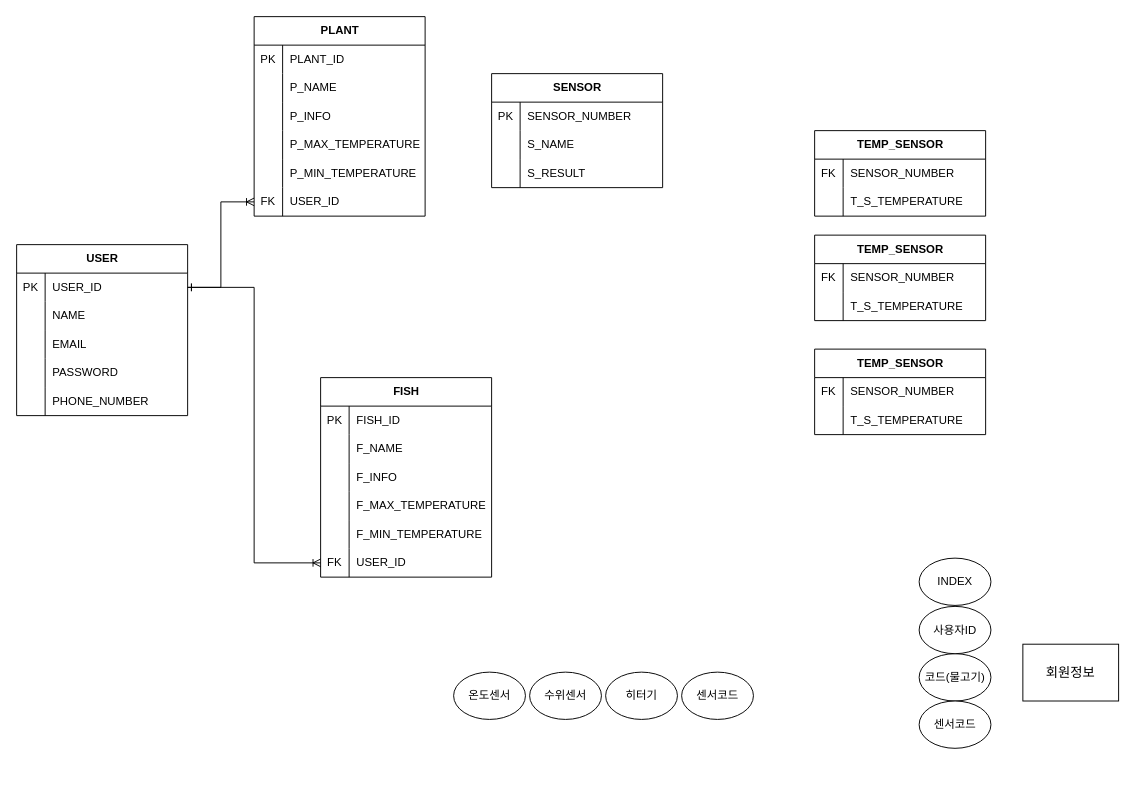
Above: 제목 없는 다이어그램.drawio in hayarobyjy/JY_Code (draw.io), before the change. Source tidied: cells renumbered, new cells numbered last; positions are measured from the earlier drawing's top-left corner, leaving out a move shared by most shapes. Both pictures are drawn from the tidied source at 95%, with x=0, y=0 at pixel (16, 16).
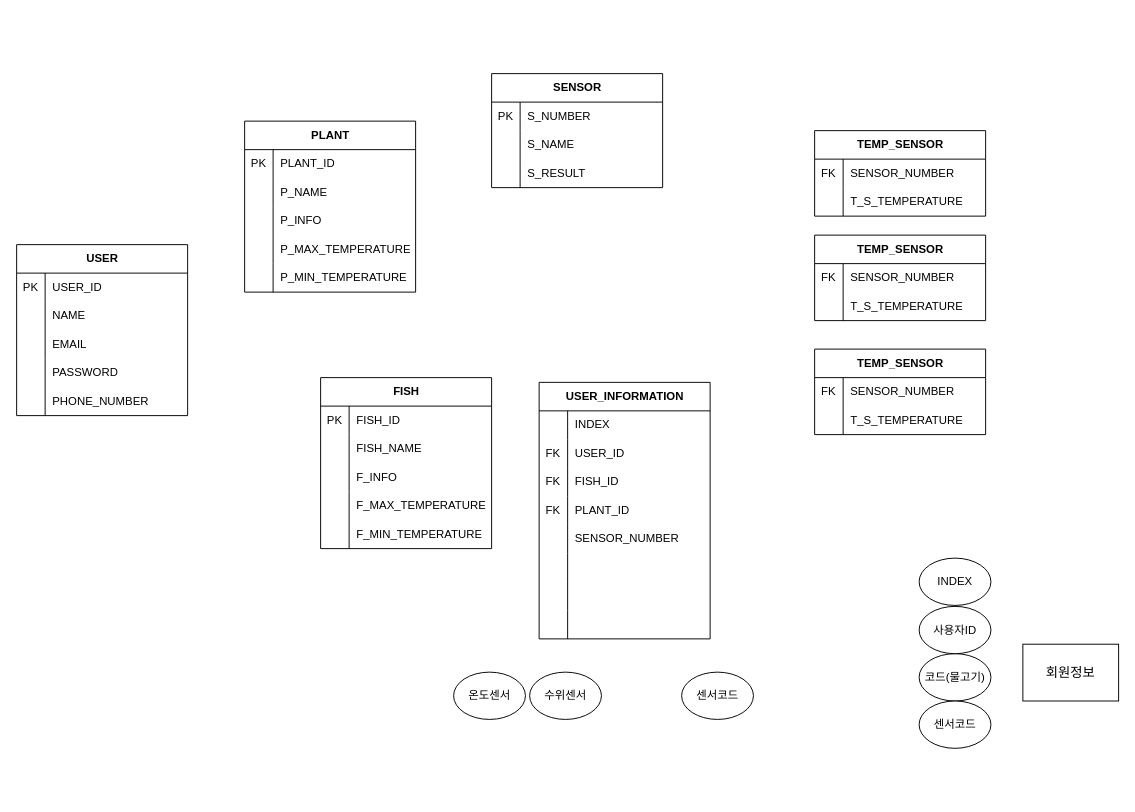
The same diagram, later.

Commit message (it also covers changes not shown here):
제목 없는 다이어그램.drawio 업데이트

The change refers to these unchanged cells:
```xml
<mxCell id="9" style="shape=tableRow;horizontal=0;startSize=0;swimlaneHead=0;swimlaneBody=0;fillColor=none;points=[[0,0.5],[1,0.5]];portConstraint=eastwest;top=0;left=0;right=0;bottom=0;" parent="8" vertex="1">
  <mxGeometry y="30" width="180" height="30" as="geometry" />
</mxCell>
<mxCell id="47" style="shape=tableRow;horizontal=0;startSize=0;swimlaneHead=0;swimlaneBody=0;fillColor=none;top=0;left=0;right=0;bottom=0;strokeColor=default;" parent="43" vertex="1">
  <mxGeometry y="60" width="180" height="30" as="geometry" />
</mxCell>
<mxCell id="63" style="shape=tableRow;horizontal=0;startSize=0;swimlaneHead=0;swimlaneBody=0;fillColor=none;top=0;left=0;right=0;bottom=0;strokeColor=default;" parent="62" vertex="1">
  <mxGeometry y="30" width="180" height="30" as="geometry" />
</mxCell>
```

Change to the diagram source:
```diff
@@
     <mxCell id="24" value="PLANT" style="shape=table;startSize=30;childLayout=tableLayout;rowLines=0;fontStyle=1;align=center;html=1;strokeColor=default;verticalAlign=middle;strokeWidth=1;swimlaneLine=1;rounded=0;" parent="1" vertex="1">
-      <mxGeometry x="250" width="180" height="210" as="geometry" />
+      <mxGeometry x="240" y="110" width="180" height="180" as="geometry" />
     </mxCell>
@@
-    <mxCell id="40" style="shape=tableRow;horizontal=0;startSize=0;swimlaneHead=0;swimlaneBody=0;fillColor=none;points=[[0,0.5],[1,0.5]];portConstraint=eastwest;top=0;left=0;right=0;bottom=0;" parent="24" vertex="1">
-      <mxGeometry y="180" width="180" height="30" as="geometry" />
-    </mxCell>
-    <mxCell id="41" value="FK" style="shape=partialRectangle;fillColor=none;top=0;left=0;bottom=0;right=0;overflow=hidden;whiteSpace=wrap;html=1;" parent="40" vertex="1">
-      <mxGeometry width="30" height="30" as="geometry" />
-    </mxCell>
-    <mxCell id="42" value="USER_ID" style="shape=partialRectangle;fillColor=none;top=0;left=0;bottom=0;right=0;align=left;spacingLeft=6;overflow=hidden;whiteSpace=wrap;html=1;" parent="40" vertex="1">
-      <mxGeometry x="30" width="150" height="30" as="geometry" />
-    </mxCell>
     <mxCell id="43" value="FISH" style="shape=table;startSize=30;childLayout=tableLayout;rowLines=0;fontStyle=1;align=center;html=1;strokeColor=default;verticalAlign=middle;strokeWidth=1;swimlaneLine=1;rounded=0;" parent="1" vertex="1">
-      <mxGeometry x="320" y="380" width="180" height="210" as="geometry" />
+      <mxGeometry x="320" y="380" width="180" height="180" as="geometry" />
     </mxCell>
@@
-    <mxCell id="49" value="F_NAME" style="shape=partialRectangle;fillColor=none;top=0;left=0;bottom=0;right=0;align=left;spacingLeft=6;overflow=hidden;whiteSpace=wrap;html=1;" parent="47" vertex="1">
+    <mxCell id="49" value="FISH_NAME" style="shape=partialRectangle;fillColor=none;top=0;left=0;bottom=0;right=0;align=left;spacingLeft=6;overflow=hidden;whiteSpace=wrap;html=1;" parent="47" vertex="1">
       <mxGeometry x="30" width="150" height="30" as="geometry" />
     </mxCell>
@@
-    <mxCell id="59" style="shape=tableRow;horizontal=0;startSize=0;swimlaneHead=0;swimlaneBody=0;fillColor=none;points=[[0,0.5],[1,0.5]];portConstraint=eastwest;top=0;left=0;right=0;bottom=0;" parent="43" vertex="1">
-      <mxGeometry y="180" width="180" height="30" as="geometry" />
-    </mxCell>
-    <mxCell id="60" value="FK" style="shape=partialRectangle;fillColor=none;top=0;left=0;bottom=0;right=0;overflow=hidden;whiteSpace=wrap;html=1;" parent="59" vertex="1">
-      <mxGeometry width="30" height="30" as="geometry" />
-    </mxCell>
-    <mxCell id="61" value="USER_ID" style="shape=partialRectangle;fillColor=none;top=0;left=0;bottom=0;right=0;align=left;spacingLeft=6;overflow=hidden;whiteSpace=wrap;html=1;" parent="59" vertex="1">
-      <mxGeometry x="30" width="150" height="30" as="geometry" />
-    </mxCell>
@@
-    <mxCell id="65" value="SENSOR_NUMBER" style="shape=partialRectangle;fillColor=none;top=0;left=0;bottom=0;right=0;align=left;spacingLeft=6;overflow=hidden;whiteSpace=wrap;html=1;" parent="63" vertex="1">
+    <mxCell id="65" value="S_NUMBER" style="shape=partialRectangle;fillColor=none;top=0;left=0;bottom=0;right=0;align=left;spacingLeft=6;overflow=hidden;whiteSpace=wrap;html=1;" parent="63" vertex="1">
       <mxGeometry x="30" width="150" height="30" as="geometry" />
     </mxCell>
@@
-    <mxCell id="79" style="edgeStyle=orthogonalEdgeStyle;rounded=0;jettySize=auto;html=1;exitX=1;exitY=0.5;exitDx=0;exitDy=0;entryX=0;entryY=0.5;entryDx=0;entryDy=0;endArrow=ERoneToMany;endFill=0;startArrow=ERone;startFill=0;" parent="1" edge="1" source="9" target="40">
-      <mxGeometry relative="1" as="geometry" />
-    </mxCell>
-    <mxCell id="80" style="edgeStyle=orthogonalEdgeStyle;rounded=0;jettySize=auto;html=1;exitX=1;exitY=0.5;exitDx=0;exitDy=0;entryX=0;entryY=0.5;entryDx=0;entryDy=0;startArrow=ERone;startFill=0;endArrow=ERoneToMany;endFill=0;" parent="1" edge="1" source="9" target="59">
-      <mxGeometry relative="1" as="geometry" />
-    </mxCell>
@@
-    <mxCell id="83" value="히터기" style="ellipse;whiteSpace=wrap;html=1;" parent="1" vertex="1">
-      <mxGeometry x="620" y="690" width="75.6" height="49.8" as="geometry" />
-    </mxCell>
@@
+    <mxCell id="99" value="USER_INFORMATION" style="shape=table;startSize=30;childLayout=tableLayout;rowLines=0;fontStyle=1;align=center;html=1;strokeColor=default;verticalAlign=middle;strokeWidth=1;swimlaneLine=1;rounded=0;" parent="1" vertex="1">
+      <mxGeometry x="550" y="385" width="180" height="270" as="geometry" />
+    </mxCell>
+    <mxCell id="100" style="shape=tableRow;horizontal=0;startSize=0;swimlaneHead=0;swimlaneBody=0;fillColor=none;top=0;left=0;right=0;bottom=0;strokeColor=default;" parent="99" vertex="1">
+      <mxGeometry y="30" width="180" height="30" as="geometry" />
+    </mxCell>
+    <mxCell id="101" style="shape=partialRectangle;fillColor=none;top=0;left=0;bottom=0;right=0;overflow=hidden;whiteSpace=wrap;html=1;" parent="100" vertex="1">
+      <mxGeometry width="30" height="30" as="geometry" />
+    </mxCell>
+    <mxCell id="102" value="INDEX" style="shape=partialRectangle;fillColor=none;top=0;left=0;bottom=0;right=0;align=left;spacingLeft=6;overflow=hidden;whiteSpace=wrap;html=1;" parent="100" vertex="1">
+      <mxGeometry x="30" width="150" height="30" as="geometry" />
+    </mxCell>
+    <mxCell id="103" style="shape=tableRow;horizontal=0;startSize=0;swimlaneHead=0;swimlaneBody=0;fillColor=none;top=0;left=0;right=0;bottom=0;strokeColor=default;" parent="99" vertex="1">
+      <mxGeometry y="60" width="180" height="30" as="geometry" />
+    </mxCell>
+    <mxCell id="104" value="FK" style="shape=partialRectangle;fillColor=none;top=0;left=0;bottom=0;right=0;overflow=hidden;whiteSpace=wrap;html=1;" parent="103" vertex="1">
+      <mxGeometry width="30" height="30" as="geometry" />
+    </mxCell>
+    <mxCell id="105" value="USER_ID" style="shape=partialRectangle;fillColor=none;top=0;left=0;bottom=0;right=0;align=left;spacingLeft=6;overflow=hidden;whiteSpace=wrap;html=1;" parent="103" vertex="1">
+      <mxGeometry x="30" width="150" height="30" as="geometry" />
+    </mxCell>
+    <mxCell id="106" style="shape=tableRow;horizontal=0;startSize=0;swimlaneHead=0;swimlaneBody=0;fillColor=none;top=0;left=0;right=0;bottom=0;strokeColor=default;" parent="99" vertex="1">
+      <mxGeometry y="90" width="180" height="30" as="geometry" />
+    </mxCell>
+    <mxCell id="107" value="FK" style="shape=partialRectangle;fillColor=none;top=0;left=0;bottom=0;right=0;overflow=hidden;whiteSpace=wrap;html=1;" parent="106" vertex="1">
+      <mxGeometry width="30" height="30" as="geometry" />
+    </mxCell>
+    <mxCell id="108" value="FISH_ID" style="shape=partialRectangle;fillColor=none;top=0;left=0;bottom=0;right=0;align=left;spacingLeft=6;overflow=hidden;whiteSpace=wrap;html=1;" parent="106" vertex="1">
+      <mxGeometry x="30" width="150" height="30" as="geometry" />
+    </mxCell>
+    <mxCell id="109" style="shape=tableRow;horizontal=0;startSize=0;swimlaneHead=0;swimlaneBody=0;fillColor=none;top=0;left=0;right=0;bottom=0;strokeColor=default;" parent="99" vertex="1">
+      <mxGeometry y="120" width="180" height="30" as="geometry" />
+    </mxCell>
+    <mxCell id="110" value="FK" style="shape=partialRectangle;fillColor=none;top=0;left=0;bottom=0;right=0;overflow=hidden;whiteSpace=wrap;html=1;" parent="109" vertex="1">
+      <mxGeometry width="30" height="30" as="geometry" />
+    </mxCell>
+    <mxCell id="111" value="PLANT_ID" style="shape=partialRectangle;fillColor=none;top=0;left=0;bottom=0;right=0;align=left;spacingLeft=6;overflow=hidden;whiteSpace=wrap;html=1;" parent="109" vertex="1">
+      <mxGeometry x="30" width="150" height="30" as="geometry" />
+    </mxCell>
+    <mxCell id="112" style="shape=tableRow;horizontal=0;startSize=0;swimlaneHead=0;swimlaneBody=0;fillColor=none;top=0;left=0;right=0;bottom=0;" parent="99" vertex="1">
+      <mxGeometry y="150" width="180" height="30" as="geometry" />
+    </mxCell>
+    <mxCell id="113" style="shape=partialRectangle;fillColor=none;top=0;left=0;bottom=0;right=0;overflow=hidden;whiteSpace=wrap;html=1;" parent="112" vertex="1">
+      <mxGeometry width="30" height="30" as="geometry" />
+    </mxCell>
+    <mxCell id="114" value="SENSOR_NUMBER" style="shape=partialRectangle;fillColor=none;top=0;left=0;bottom=0;right=0;align=left;spacingLeft=6;overflow=hidden;whiteSpace=wrap;html=1;" parent="112" vertex="1">
+      <mxGeometry x="30" width="150" height="30" as="geometry" />
+    </mxCell>
+    <mxCell id="115" style="shape=tableRow;horizontal=0;startSize=0;swimlaneHead=0;swimlaneBody=0;fillColor=none;top=0;left=0;right=0;bottom=0;" parent="99" vertex="1">
+      <mxGeometry y="180" width="180" height="30" as="geometry" />
+    </mxCell>
+    <mxCell id="116" style="shape=partialRectangle;fillColor=none;top=0;left=0;bottom=0;right=0;overflow=hidden;whiteSpace=wrap;html=1;" parent="115" vertex="1">
+      <mxGeometry width="30" height="30" as="geometry" />
+    </mxCell>
+    <mxCell id="117" style="shape=partialRectangle;fillColor=none;top=0;left=0;bottom=0;right=0;align=left;spacingLeft=6;overflow=hidden;whiteSpace=wrap;html=1;" parent="115" vertex="1">
+      <mxGeometry x="30" width="150" height="30" as="geometry" />
+    </mxCell>
+    <mxCell id="118" style="shape=tableRow;horizontal=0;startSize=0;swimlaneHead=0;swimlaneBody=0;fillColor=none;top=0;left=0;right=0;bottom=0;" parent="99" vertex="1">
+      <mxGeometry y="210" width="180" height="30" as="geometry" />
+    </mxCell>
+    <mxCell id="119" style="shape=partialRectangle;fillColor=none;top=0;left=0;bottom=0;right=0;overflow=hidden;whiteSpace=wrap;html=1;" parent="118" vertex="1">
+      <mxGeometry width="30" height="30" as="geometry" />
+    </mxCell>
+    <mxCell id="120" style="shape=partialRectangle;fillColor=none;top=0;left=0;bottom=0;right=0;align=left;spacingLeft=6;overflow=hidden;whiteSpace=wrap;html=1;" parent="118" vertex="1">
+      <mxGeometry x="30" width="150" height="30" as="geometry" />
+    </mxCell>
+    <mxCell id="121" style="shape=tableRow;horizontal=0;startSize=0;swimlaneHead=0;swimlaneBody=0;fillColor=none;top=0;left=0;right=0;bottom=0;" parent="99" vertex="1">
+      <mxGeometry y="240" width="180" height="30" as="geometry" />
+    </mxCell>
+    <mxCell id="122" style="shape=partialRectangle;fillColor=none;top=0;left=0;bottom=0;right=0;overflow=hidden;whiteSpace=wrap;html=1;" parent="121" vertex="1">
+      <mxGeometry width="30" height="30" as="geometry" />
+    </mxCell>
+    <mxCell id="123" style="shape=partialRectangle;fillColor=none;top=0;left=0;bottom=0;right=0;align=left;spacingLeft=6;overflow=hidden;whiteSpace=wrap;html=1;" parent="121" vertex="1">
+      <mxGeometry x="30" width="150" height="30" as="geometry" />
+    </mxCell>
```
